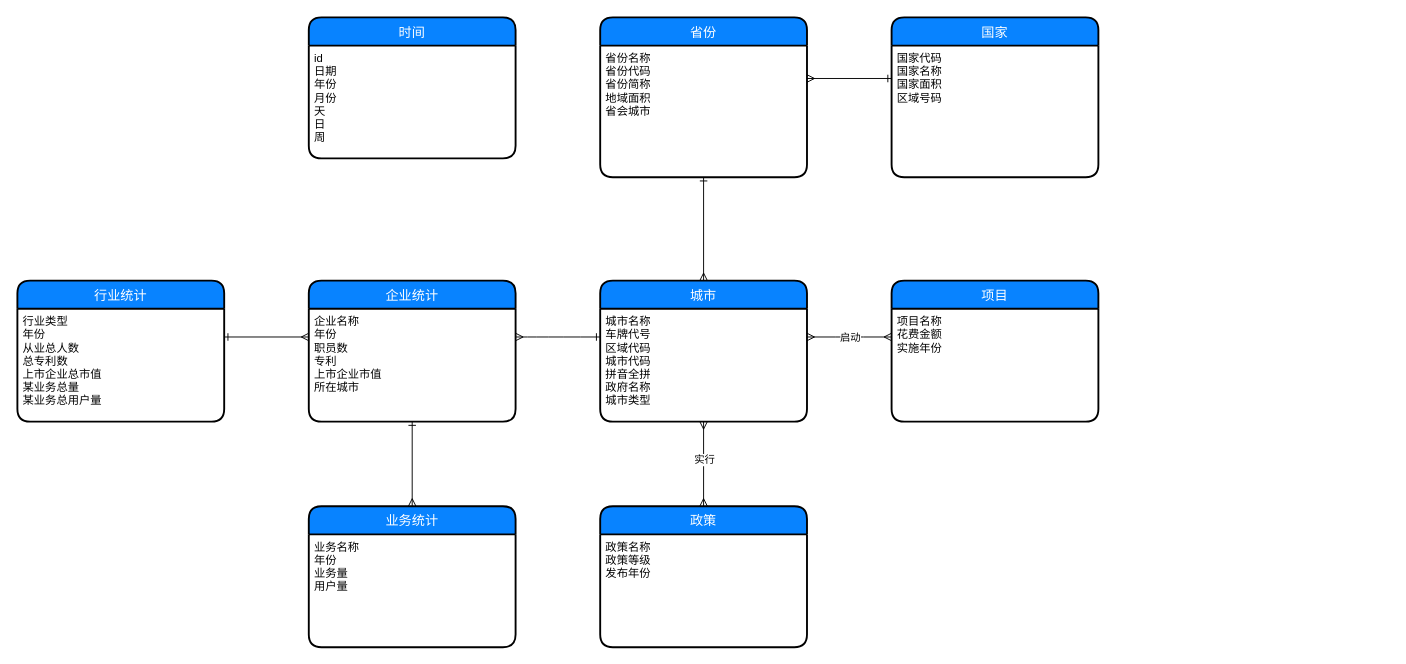
Above: 广大金融指标体系.drawio in wangzijia122/drawio_repository (draw.io), before the change. Source tidied: cells renumbered, new cells numbered last; positions are measured from the earlier drawing's top-left corner, leaving out a move shared by most shapes. Both pictures are drawn from the tidied source at 94%, with x=0, y=0 at pixel (17, 17).
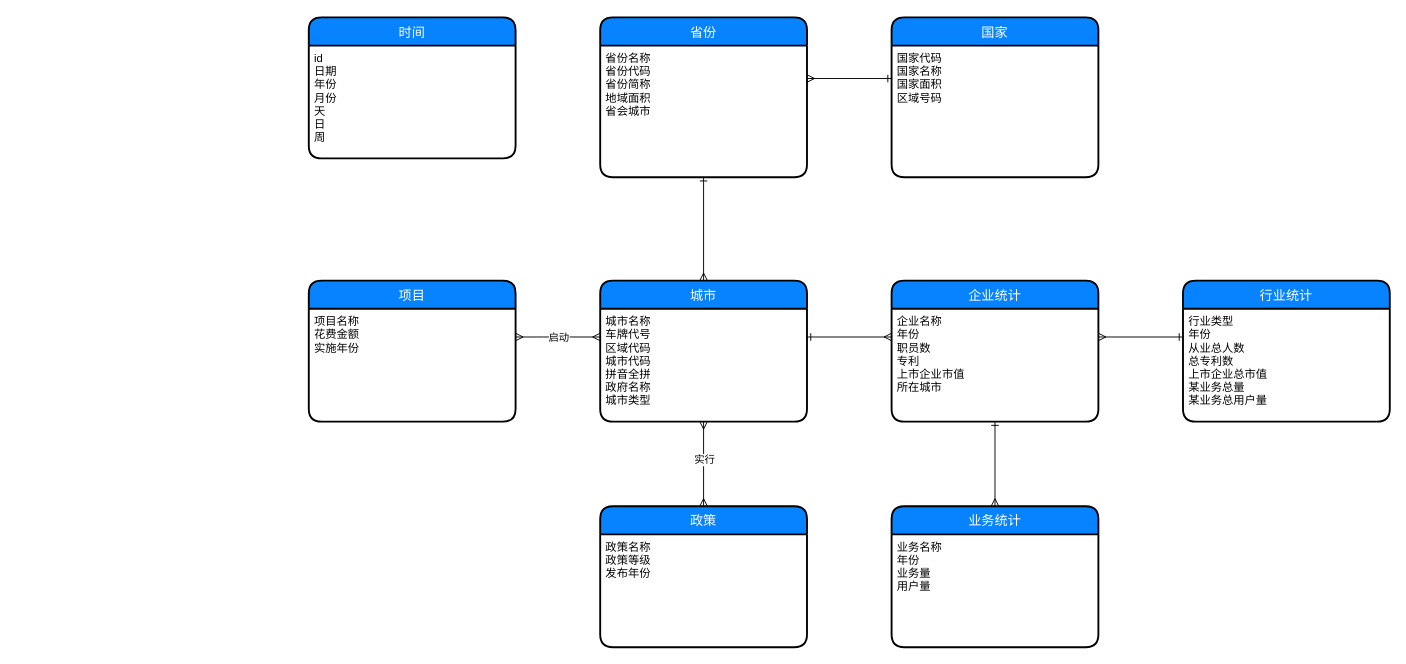
The same page after the edit.

Commit message (it also covers changes not shown here):
更新广大金融指标体系.drawio

The change refers to these unchanged cells:
```xml
<mxCell id="3" value="城市名称&#10;车牌代号&#10;区域代码&#10;城市代码&#10;拼音全拼&#10;政府名称&#10;城市类型" style="align=left;strokeColor=none;fillColor=none;spacingLeft=4;fontSize=12;verticalAlign=top;" parent="2" vertex="1">
  <mxGeometry y="30" width="220" height="120" as="geometry" />
</mxCell>
<mxCell id="14" value="行业类型&#10;年份&#10;从业总人数&#10;总专利数&#10;上市企业总市值&#10;某业务总量&#10;某业务总用户量" style="align=left;strokeColor=none;fillColor=none;spacingLeft=4;fontSize=12;verticalAlign=top;fontColor=#030303;" parent="13" vertex="1">
  <mxGeometry y="30" width="220" height="120" as="geometry" />
</mxCell>
<mxCell id="20" value="企业名称&#10;年份&#10;职员数&#10;专利&#10;上市企业市值&#10;所在城市&#10;" style="align=left;strokeColor=none;fillColor=none;spacingLeft=4;fontSize=12;verticalAlign=top;fontColor=#030303;" parent="19" vertex="1">
  <mxGeometry y="30" width="220" height="120" as="geometry" />
</mxCell>
<mxCell id="27" value="项目名称&#10;花费金额&#10;实施年份" style="align=left;strokeColor=none;fillColor=none;spacingLeft=4;fontSize=12;verticalAlign=top;fontColor=#030303;" parent="26" vertex="1">
  <mxGeometry y="30" width="220" height="120" as="geometry" />
</mxCell>
```

Diff of the diagram source:
```diff
@@
     <mxCell id="13" value="行业统计" style="swimlane;horizontal=1;startSize=30;rounded=1;fontSize=14;fontStyle=0;strokeWidth=2;shadow=0;dashed=0;align=center;fontColor=#FFFFFF;fillColor=#0883FF;" parent="1" vertex="1">
-      <mxGeometry y="280" width="220" height="150" as="geometry" />
+      <mxGeometry x="1240" y="280" width="220" height="150" as="geometry" />
     </mxCell>
@@
     <mxCell id="17" value="业务统计" style="swimlane;horizontal=1;startSize=30;rounded=1;fontSize=14;fontStyle=0;strokeWidth=2;shadow=0;dashed=0;align=center;fontColor=#FFFFFF;fillColor=#0883FF;" parent="1" vertex="1">
-      <mxGeometry x="310" y="520" width="220" height="150" as="geometry" />
+      <mxGeometry x="930" y="520" width="220" height="150" as="geometry" />
     </mxCell>
@@
     <mxCell id="19" value="企业统计" style="swimlane;horizontal=1;startSize=30;rounded=1;fontSize=14;fontStyle=0;strokeWidth=2;shadow=0;dashed=0;align=center;fontColor=#FFFFFF;fillColor=#0883FF;" parent="1" vertex="1">
-      <mxGeometry x="310" y="280" width="220" height="150" as="geometry" />
+      <mxGeometry x="930" y="280" width="220" height="150" as="geometry" />
     </mxCell>
@@
-    <mxCell id="22" style="edgeStyle=orthogonalEdgeStyle;rounded=0;jettySize=auto;html=1;exitX=0;exitY=0.25;exitDx=0;exitDy=0;entryX=1;entryY=0.25;entryDx=0;entryDy=0;fontColor=#030303;startArrow=ERmany;startFill=0;endArrow=ERone;endFill=0;" parent="1" edge="1" source="20" target="14">
+    <mxCell id="22" style="edgeStyle=orthogonalEdgeStyle;rounded=0;jettySize=auto;html=1;exitX=1;exitY=0.25;exitDx=0;exitDy=0;entryX=0;entryY=0.25;entryDx=0;entryDy=0;fontColor=#030303;startArrow=ERmany;startFill=0;endArrow=ERone;endFill=0;" parent="1" edge="1" source="20" target="14">
       <mxGeometry relative="1" as="geometry" />
     </mxCell>
-    <mxCell id="23" style="edgeStyle=orthogonalEdgeStyle;curved=1;rounded=0;jettySize=auto;html=1;exitX=1;exitY=0.25;exitDx=0;exitDy=0;entryX=0;entryY=0.25;entryDx=0;entryDy=0;fontColor=#030303;startArrow=ERmany;startFill=0;endArrow=ERone;endFill=0;" parent="1" edge="1" source="20" target="3">
+    <mxCell id="23" style="rounded=0;jettySize=auto;html=1;exitX=0;exitY=0.25;exitDx=0;exitDy=0;entryX=1;entryY=0.25;entryDx=0;entryDy=0;fontColor=#030303;startArrow=ERmany;startFill=0;endArrow=ERone;endFill=0;" parent="1" edge="1" source="20" target="3">
       <mxGeometry relative="1" as="geometry" />
     </mxCell>
@@
     <mxCell id="26" value="项目" style="swimlane;horizontal=1;startSize=30;rounded=1;fontSize=14;fontStyle=0;strokeWidth=2;shadow=0;dashed=0;align=center;fontColor=#FFFFFF;fillColor=#0883FF;" parent="1" vertex="1">
-      <mxGeometry x="930" y="280" width="220" height="150" as="geometry" />
+      <mxGeometry x="310" y="280" width="220" height="150" as="geometry" />
     </mxCell>
@@
-    <mxCell id="28" style="edgeStyle=entityRelationEdgeStyle;fontSize=12;html=1;endArrow=ERmany;startArrow=ERmany;rounded=0;fontColor=#030303;entryX=0;entryY=0.25;entryDx=0;entryDy=0;exitX=1;exitY=0.25;exitDx=0;exitDy=0;" parent="1" edge="1" source="3" target="27">
+    <mxCell id="28" style="edgeStyle=entityRelationEdgeStyle;fontSize=12;html=1;endArrow=ERmany;startArrow=ERmany;rounded=0;fontColor=#030303;entryX=1;entryY=0.25;entryDx=0;entryDy=0;exitX=0;exitY=0.25;exitDx=0;exitDy=0;" parent="1" edge="1" source="3" target="27">
       <mxGeometry relative="1" as="geometry" />
     </mxCell>
```
